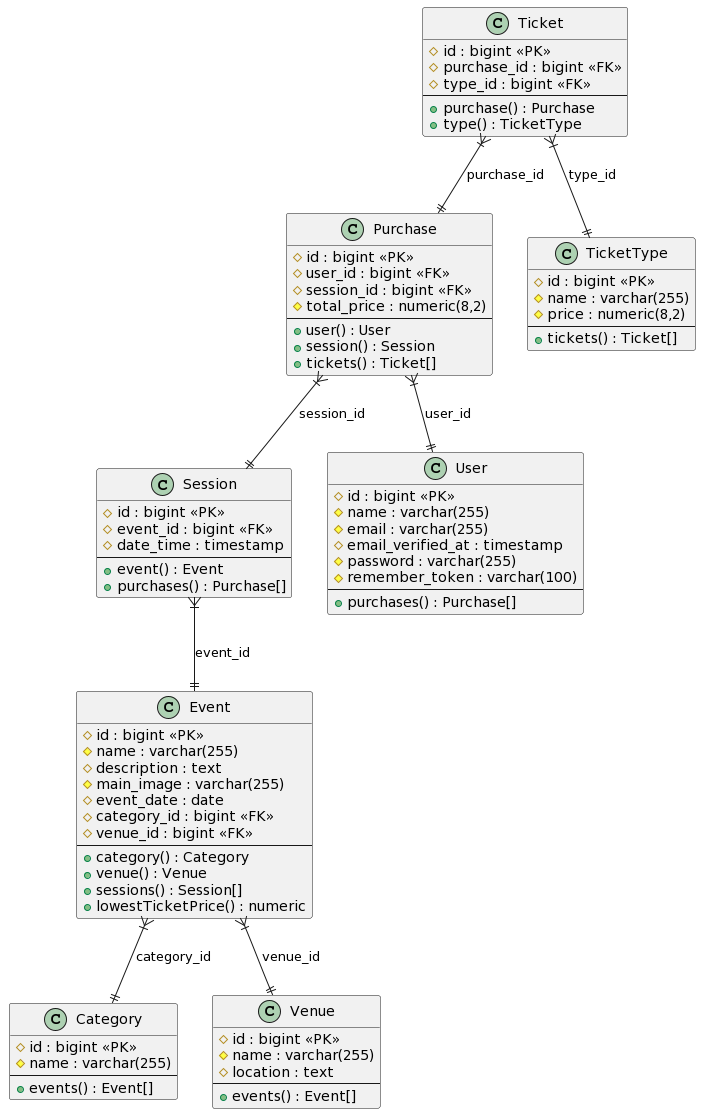
fcarmona8/EventoPass keeps this PlantUML diagram as Docs/images/DiagramaUML.png. Above is the earlier version. Source of this version:
```plantuml
@startuml
class "Category" as categories {
    # id : bigint <<PK>>
    # name : varchar(255)
    --
    + events() : Event[]
}

class "Event" as events {
    # id : bigint <<PK>>
    # name : varchar(255)
    # description : text
    # main_image : varchar(255)
    # event_date : date
    # category_id : bigint <<FK>>
    # venue_id : bigint <<FK>>
    --
    + category() : Category
    + venue() : Venue
    + sessions() : Session[]
    + lowestTicketPrice() : numeric
}

class "Venue" as venues {
    # id : bigint <<PK>>
    # name : varchar(255)
    # location : text
    --
    + events() : Event[]
}

class "Session" as sessions {
    # id : bigint <<PK>>
    # event_id : bigint <<FK>>
    # date_time : timestamp
    --
    + event() : Event
    + purchases() : Purchase[]
}

class "Purchase" as purchases {
    # id : bigint <<PK>>
    # user_id : bigint <<FK>>
    # session_id : bigint <<FK>>
    # total_price : numeric(8,2)
    --
    + user() : User
    + session() : Session
    + tickets() : Ticket[]
}

class "User" as users {
    # id : bigint <<PK>>
    # name : varchar(255)
    # email : varchar(255)
    # email_verified_at : timestamp
    # password : varchar(255)
    # remember_token : varchar(100)
    --
    + purchases() : Purchase[]
}

class "TicketType" as ticket_types {
    # id : bigint <<PK>>
    # name : varchar(255)
    # price : numeric(8,2)
    --
    + tickets() : Ticket[]
}

class "Ticket" as tickets {
    # id : bigint <<PK>>
    # purchase_id : bigint <<FK>>
    # type_id : bigint <<FK>>
    --
    + purchase() : Purchase
    + type() : TicketType
}

events }|--|| categories : "category_id"
events }|--|| venues : "venue_id"
sessions }|--|| events : "event_id"
purchases }|--|| sessions : "session_id"
purchases }|--|| users : "user_id"
tickets }|--|| purchases : "purchase_id"
tickets }|--|| ticket_types : "type_id"
@enduml
```
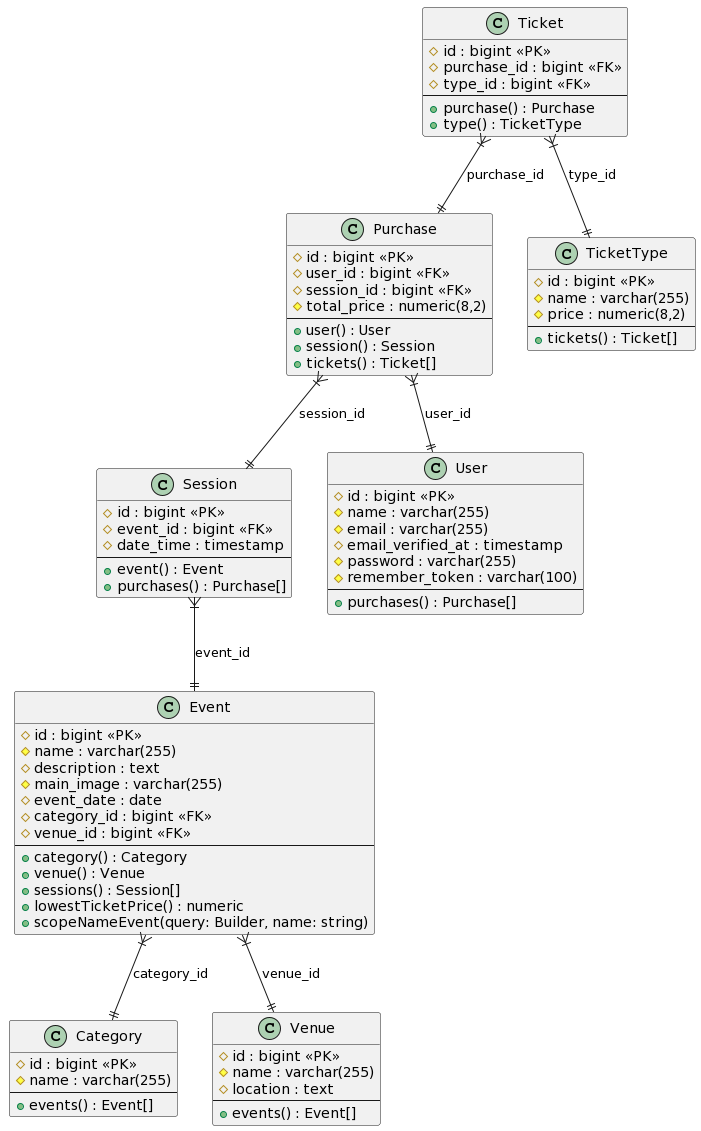
The same diagram one commit later.

Change to the diagram source:
```diff
@@ -19,6 +19,7 @@
     + venue() : Venue
     + sessions() : Session[]
     + lowestTicketPrice() : numeric
+    + scopeNameEvent(query: Builder, name: string)
 }
 
 class "Venue" as venues {
```
